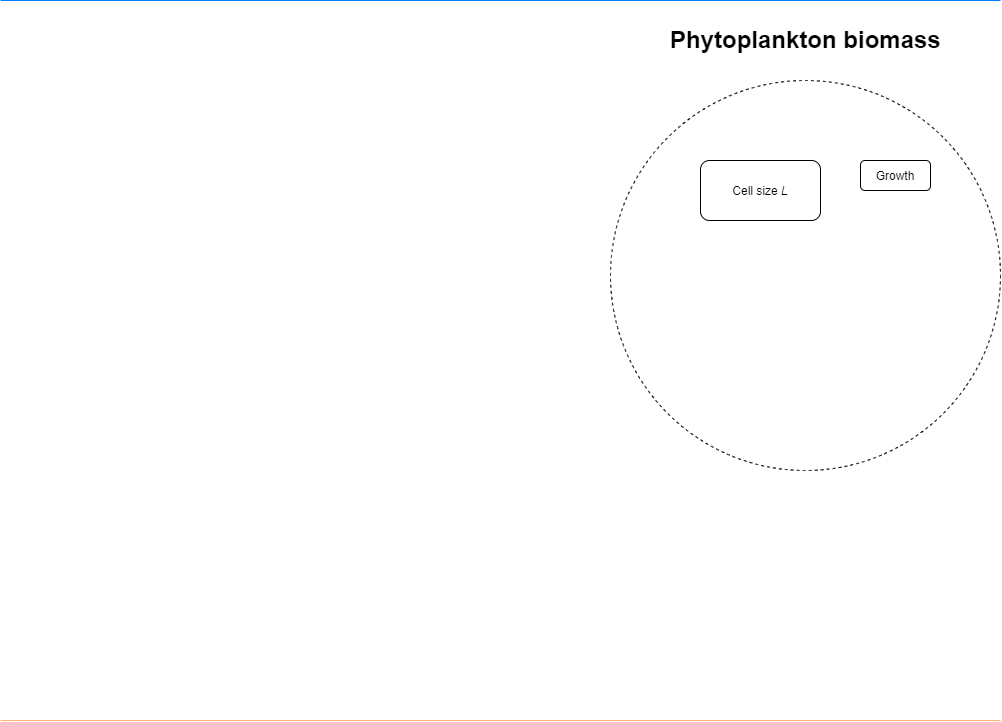
The draw.io diagram Figures/ModelIllustration.png in MickiJensen/Final-report, before a commit. Source tidied: cells renumbered, new cells last; positions are measured from the earlier drawing's top-left corner, leaving out a move shared by most shapes.
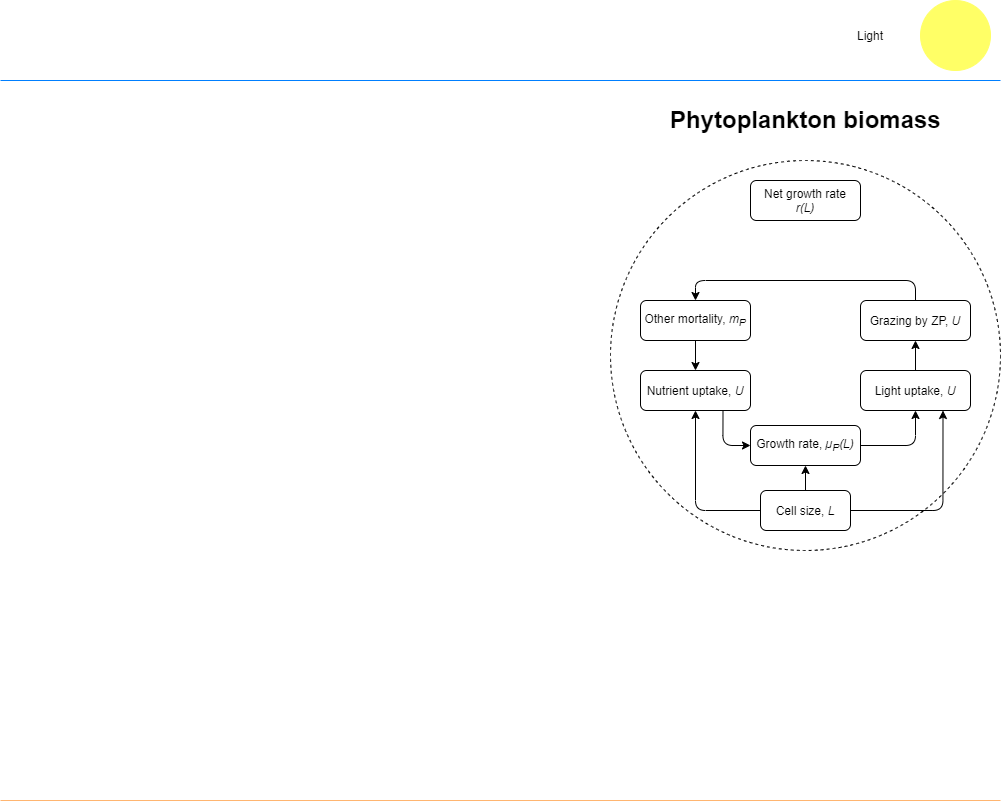
The same file after the commit.

The edit, as a diff of the source:
```diff
@@ -20,11 +20,60 @@
     <mxCell id="5" value="&lt;h1&gt;Phytoplankton biomass&lt;/h1&gt;" style="text;html=1;strokeColor=none;fillColor=none;spacing=5;spacingTop=-20;whiteSpace=wrap;overflow=hidden;rounded=0;" parent="1" vertex="1">
       <mxGeometry x="665" y="20" width="280" height="50" as="geometry" />
     </mxCell>
+    <mxCell id="8" style="edgeStyle=orthogonalEdgeStyle;rounded=1;jettySize=auto;html=1;exitX=1;exitY=0.5;exitDx=0;exitDy=0;entryX=0.5;entryY=1;entryDx=0;entryDy=0;startArrow=none;startFill=0;endArrow=classic;endFill=1;strokeColor=#000000;" parent="1" edge="1" source="6" target="17">
+      <mxGeometry relative="1" as="geometry" />
+    </mxCell>
-    <mxCell id="6" value="Growth" style="rounded=1;whiteSpace=wrap;html=1;strokeWidth=1;fillColor=none;" parent="1" vertex="1">
-      <mxGeometry x="860" y="160" width="70" height="30" as="geometry" />
+    <mxCell id="6" value="Growth rate,&amp;nbsp;&lt;i&gt;µ&lt;sub&gt;P&lt;/sub&gt;(L)&lt;br&gt;&lt;/i&gt;" style="rounded=1;whiteSpace=wrap;html=1;strokeWidth=1;fillColor=none;" parent="1" vertex="1">
+      <mxGeometry x="750" y="345" width="110" height="40" as="geometry" />
     </mxCell>
+    <mxCell id="9" style="edgeStyle=orthogonalEdgeStyle;rounded=1;jettySize=auto;html=1;entryX=0.5;entryY=1;entryDx=0;entryDy=0;startArrow=none;startFill=0;endArrow=classic;endFill=1;strokeColor=#000000;" parent="1" edge="1" source="7" target="15">
+      <mxGeometry relative="1" as="geometry" />
+    </mxCell>
+    <mxCell id="10" style="edgeStyle=orthogonalEdgeStyle;rounded=1;jettySize=auto;html=1;exitX=0.5;exitY=0;exitDx=0;exitDy=0;entryX=0.5;entryY=1;entryDx=0;entryDy=0;startArrow=none;startFill=0;endArrow=classic;endFill=1;strokeColor=#000000;" parent="1" edge="1" source="7" target="6">
+      <mxGeometry relative="1" as="geometry" />
+    </mxCell>
+    <mxCell id="11" style="edgeStyle=orthogonalEdgeStyle;rounded=1;jettySize=auto;html=1;entryX=0.75;entryY=1;entryDx=0;entryDy=0;startArrow=none;startFill=0;endArrow=classic;endFill=1;strokeColor=#000000;" parent="1" edge="1" source="7" target="17">
+      <mxGeometry relative="1" as="geometry">
+        <Array as="points">
+          <mxPoint x="942" y="430" />
+        </Array>
+      </mxGeometry>
+    </mxCell>
-    <mxCell id="7" value="Cell size &lt;i&gt;L&lt;/i&gt;" style="rounded=1;whiteSpace=wrap;html=1;strokeWidth=1;fillColor=none;" parent="1" vertex="1">
-      <mxGeometry x="700" y="160" width="120" height="60" as="geometry" />
+    <mxCell id="7" value="&lt;font style=&quot;font-size: 12px&quot;&gt;Cell size,&amp;nbsp;&lt;i&gt;L&lt;/i&gt;&lt;br&gt;&lt;/font&gt;" style="rounded=1;whiteSpace=wrap;html=1;strokeWidth=1;fillColor=none;" parent="1" vertex="1">
+      <mxGeometry x="760" y="410" width="90" height="40" as="geometry" />
     </mxCell>
+    <mxCell id="12" style="ellipse;whiteSpace=wrap;html=1;strokeWidth=1;strokeColor=#FFFF66;fillColor=#FFFF66;" parent="1" vertex="1">
+      <mxGeometry x="920" y="-80" width="70" height="70" as="geometry" />
+    </mxCell>
+    <mxCell id="13" value="Light" style="text;html=1;strokeColor=none;fillColor=none;align=center;verticalAlign=middle;whiteSpace=wrap;rounded=0;" parent="1" vertex="1">
+      <mxGeometry x="850" y="-55" width="40" height="20" as="geometry" />
+    </mxCell>
+    <mxCell id="14" style="edgeStyle=orthogonalEdgeStyle;rounded=1;jettySize=auto;html=1;exitX=0.75;exitY=1;exitDx=0;exitDy=0;entryX=0;entryY=0.5;entryDx=0;entryDy=0;startArrow=none;startFill=0;endArrow=classic;endFill=1;strokeColor=#000000;" parent="1" edge="1" source="15" target="6">
+      <mxGeometry relative="1" as="geometry" />
+    </mxCell>
+    <mxCell id="15" value="Nutrient uptake, &lt;i&gt;U&lt;/i&gt;" style="rounded=1;whiteSpace=wrap;html=1;strokeWidth=1;fillColor=none;" parent="1" vertex="1">
+      <mxGeometry x="640" y="290" width="110" height="40" as="geometry" />
+    </mxCell>
+    <mxCell id="16" style="edgeStyle=orthogonalEdgeStyle;rounded=1;jettySize=auto;html=1;exitX=0.5;exitY=0;exitDx=0;exitDy=0;entryX=0.5;entryY=1;entryDx=0;entryDy=0;startArrow=none;startFill=0;endArrow=classic;endFill=1;strokeColor=#000000;" parent="1" edge="1" source="17" target="20">
+      <mxGeometry relative="1" as="geometry" />
+    </mxCell>
+    <mxCell id="17" value="Light uptake, &lt;i&gt;U&lt;/i&gt;" style="rounded=1;whiteSpace=wrap;html=1;strokeWidth=1;fillColor=none;" parent="1" vertex="1">
+      <mxGeometry x="860" y="290" width="110" height="40" as="geometry" />
+    </mxCell>
+    <mxCell id="18" value="Net growth rate&lt;br&gt;&lt;i&gt;r(L)&lt;br&gt;&lt;/i&gt;" style="rounded=1;whiteSpace=wrap;html=1;strokeWidth=1;fillColor=none;" parent="1" vertex="1">
+      <mxGeometry x="750" y="100" width="110" height="40" as="geometry" />
+    </mxCell>
+    <mxCell id="19" style="edgeStyle=orthogonalEdgeStyle;rounded=1;jettySize=auto;html=1;exitX=0.5;exitY=0;exitDx=0;exitDy=0;entryX=0.5;entryY=0;entryDx=0;entryDy=0;startArrow=none;startFill=0;endArrow=classic;endFill=1;strokeColor=#000000;" parent="1" edge="1" source="20" target="22">
+      <mxGeometry relative="1" as="geometry" />
+    </mxCell>
+    <mxCell id="20" value="Grazing by ZP, &lt;i&gt;U&lt;/i&gt;" style="rounded=1;whiteSpace=wrap;html=1;strokeWidth=1;fillColor=none;" parent="1" vertex="1">
+      <mxGeometry x="860" y="220" width="110" height="40" as="geometry" />
+    </mxCell>
+    <mxCell id="21" style="edgeStyle=orthogonalEdgeStyle;rounded=1;jettySize=auto;html=1;exitX=0.5;exitY=1;exitDx=0;exitDy=0;entryX=0.5;entryY=0;entryDx=0;entryDy=0;startArrow=none;startFill=0;endArrow=classic;endFill=1;strokeColor=#000000;" parent="1" edge="1" source="22" target="15">
+      <mxGeometry relative="1" as="geometry" />
+    </mxCell>
+    <mxCell id="22" value="Other mortality, &lt;i&gt;m&lt;sub&gt;P&lt;/sub&gt;&lt;/i&gt;" style="rounded=1;whiteSpace=wrap;html=1;strokeWidth=1;fillColor=none;" parent="1" vertex="1">
+      <mxGeometry x="640" y="220" width="110" height="40" as="geometry" />
+    </mxCell>
   </root>
 </mxGraphModel>
```
